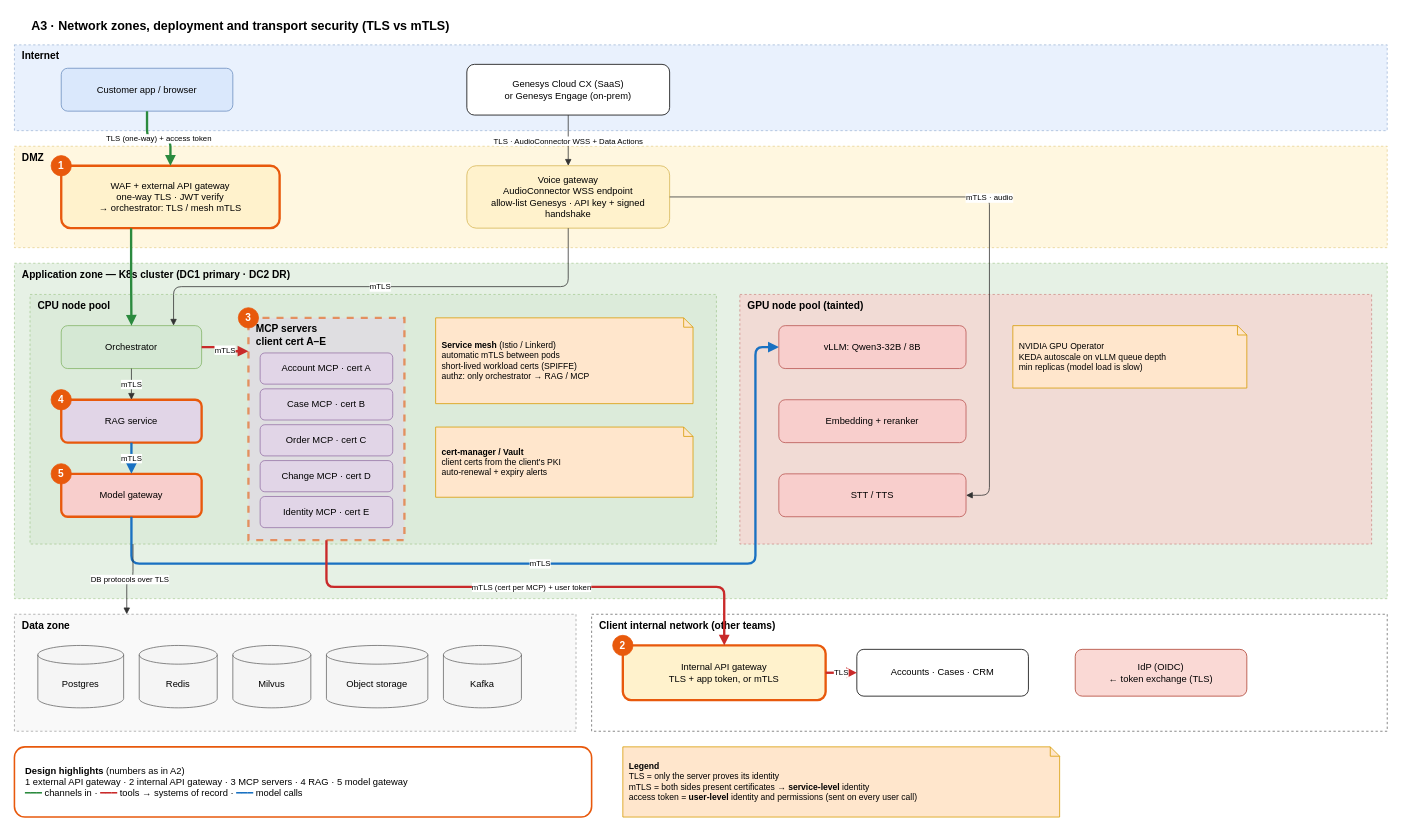
Earlier version of the draw.io diagram docs/diagrams/A3-network-deployment.drawio (airplanecraft/customer-support-agent). Source tidied: cells renumbered, new cells numbered last; positions are measured from the earlier drawing's top-left corner, leaving out a move shared by most shapes. Both pictures are drawn from the tidied source at 78%, with x=0, y=0 at pixel (14, 13).
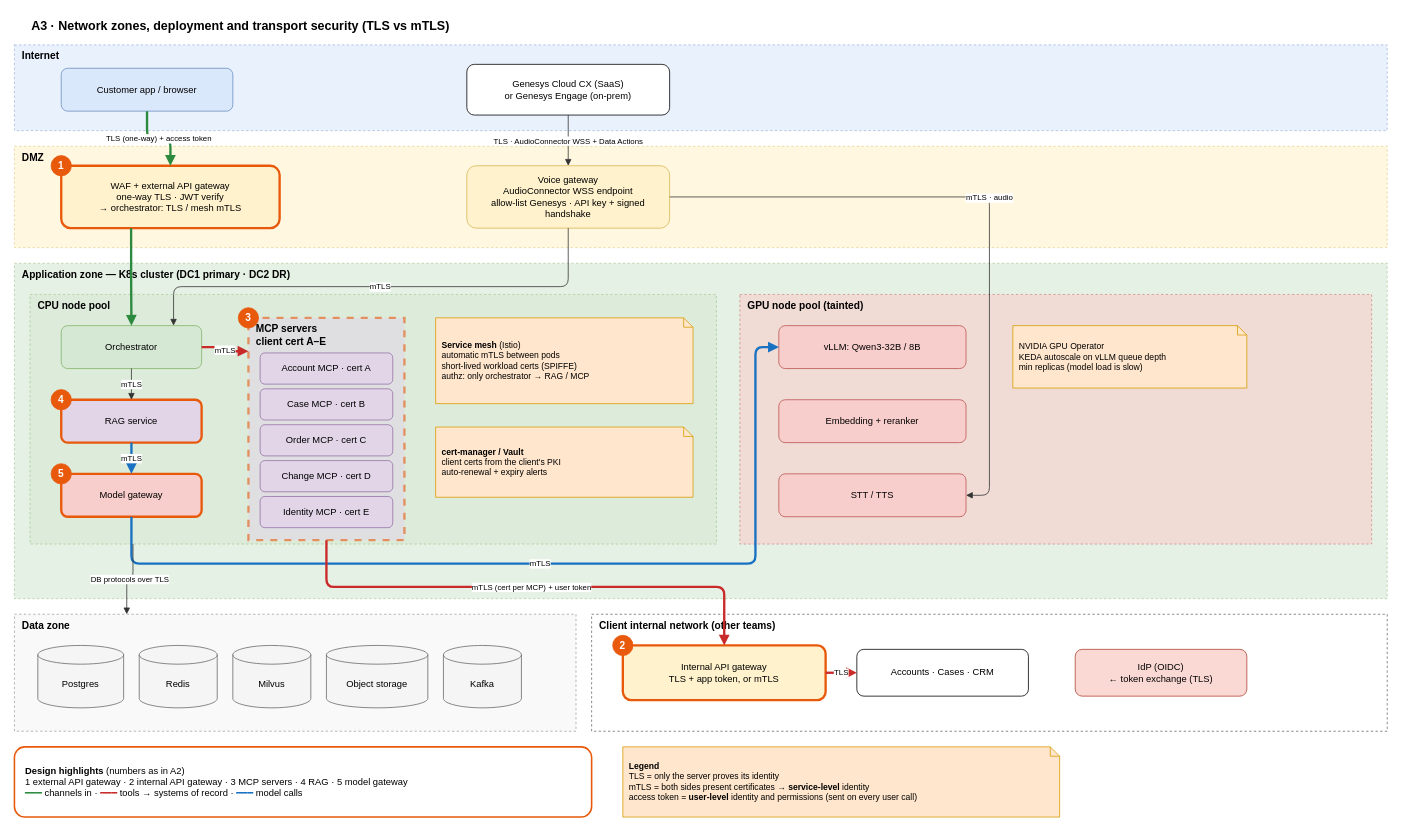
The same page after the edit.

Commit message (it also covers changes not shown here):
v1.12: stable-only version policy

What changed in the source:
```diff
@@
-    <mxCell id="20" value="&lt;b&gt;Service mesh&lt;/b&gt; (Istio / Linkerd)&lt;br&gt;automatic mTLS between pods&lt;br&gt;short-lived workload certs (SPIFFE)&lt;br&gt;authz: only orchestrator → RAG / MCP" style="shape=note;size=12;whiteSpace=wrap;html=1;fillColor=#ffe6cc;strokeColor=#d79b00;fontSize=12;align=left;spacingLeft=6;fontSize=11;" parent="1" vertex="1">
+    <mxCell id="20" value="&lt;b&gt;Service mesh&lt;/b&gt; (Istio)&lt;br&gt;automatic mTLS between pods&lt;br&gt;short-lived workload certs (SPIFFE)&lt;br&gt;authz: only orchestrator → RAG / MCP" style="shape=note;size=12;whiteSpace=wrap;html=1;fillColor=#ffe6cc;strokeColor=#d79b00;fontSize=12;align=left;spacingLeft=6;fontSize=11;" parent="1" vertex="1">
       <mxGeometry x="540" y="390" width="330" height="110" as="geometry" />
     </mxCell>
```
